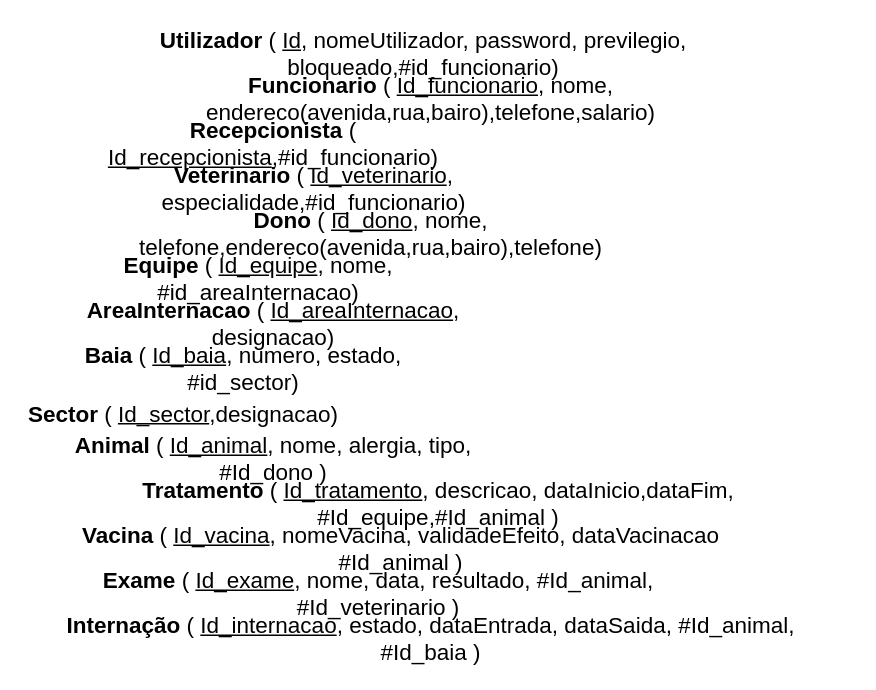
The draw.io diagram page "Mapeamento" (2 of 8) of modelagem_banco-de-dados/ClinicaVeterianaria.drawio in JeanJacquesNS/clinica-veterinaria, before the edit. Source tidied: cells renumbered, new cells numbered last; positions are measured from the earlier drawing's top-left corner, leaving out a move shared by most shapes. Both pictures are drawn from the tidied source at 150%, with x=0, y=0 at pixel (26, 30).
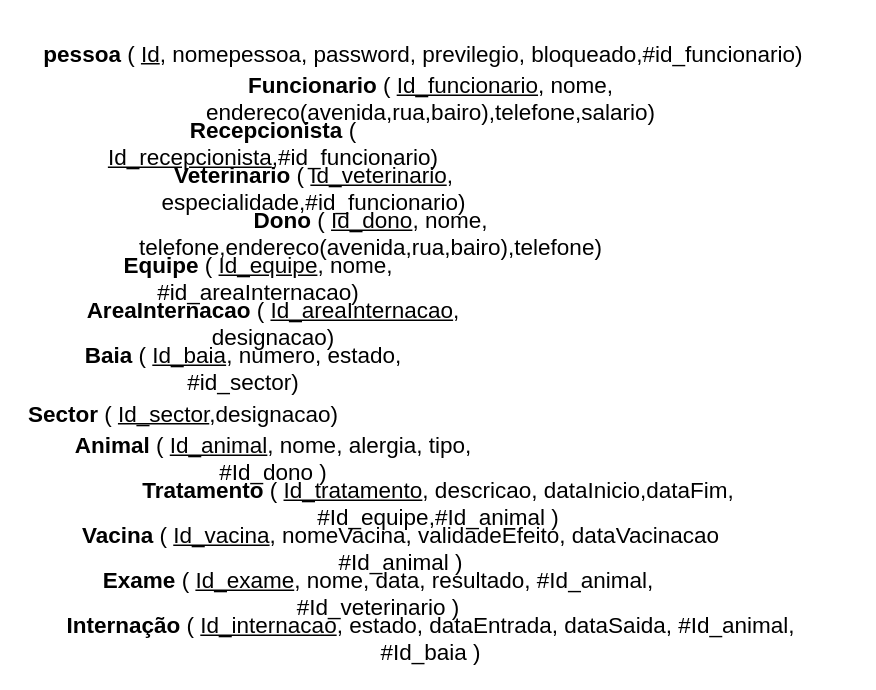
The same page after the edit.

Diff of the diagram source:
```diff
@@
 <mxGraphModel>
   <root>
     <mxCell id="0" />
     <mxCell id="1" parent="0" />
-    <mxCell id="2" value="&lt;b&gt;Utilizador&lt;/b&gt; ( &lt;u&gt;Id&lt;/u&gt;, nomeUtilizador, password, previlegio, bloqueado,#id_funcionario)" style="text;html=1;strokeColor=none;fillColor=none;align=center;verticalAlign=middle;whiteSpace=wrap;rounded=0;fontSize=15;" parent="1" vertex="1">
+    <mxCell id="2" value="&lt;b&gt;pessoa&lt;/b&gt; ( &lt;u&gt;Id&lt;/u&gt;, nomepessoa, password, previlegio, bloqueado,#id_funcionario)" style="text;html=1;strokeColor=none;fillColor=none;align=center;verticalAlign=middle;whiteSpace=wrap;rounded=0;fontSize=15;" parent="1" vertex="1">
       <mxGeometry width="530" height="30" as="geometry" />
     </mxCell>
     <mxCell id="3" value="&lt;b&gt;Funcionario&lt;/b&gt; ( &lt;u&gt;Id_funcionario&lt;/u&gt;, nome, endereco(avenida,rua,bairo),telefone,salario)" style="text;html=1;strokeColor=none;fillColor=none;align=center;verticalAlign=middle;whiteSpace=wrap;rounded=0;fontSize=15;" parent="1" vertex="1">
       <mxGeometry y="30" width="540" height="30" as="geometry" />
     </mxCell>
     <mxCell id="4" value="&lt;b&gt;Dono&lt;/b&gt; ( &lt;u&gt;Id_dono&lt;/u&gt;, nome, telefone,endereco(avenida,rua,bairo),telefone)" style="text;html=1;strokeColor=none;fillColor=none;align=center;verticalAlign=middle;whiteSpace=wrap;rounded=0;fontSize=15;" parent="1" vertex="1">
       <mxGeometry y="120" width="460" height="30" as="geometry" />
     </mxCell>
     <mxCell id="5" value="&lt;b&gt;Recepcionista&lt;/b&gt; ( &lt;u&gt;Id_recepcionista&lt;/u&gt;,#id_funcionario)" style="text;html=1;strokeColor=none;fillColor=none;align=center;verticalAlign=middle;whiteSpace=wrap;rounded=0;fontSize=15;" parent="1" vertex="1">
       <mxGeometry y="60" width="330" height="30" as="geometry" />
     </mxCell>
     <mxCell id="6" value="&lt;b&gt;Veterinario&lt;/b&gt; ( &lt;u&gt;Id_veterinario&lt;/u&gt;, especialidade,#id_funcionario)" style="text;html=1;strokeColor=none;fillColor=none;align=center;verticalAlign=middle;whiteSpace=wrap;rounded=0;fontSize=15;" parent="1" vertex="1">
       <mxGeometry y="90" width="384" height="30" as="geometry" />
     </mxCell>
     <mxCell id="7" value="&lt;b&gt;Equipe&lt;/b&gt; ( &lt;u&gt;Id_equipe&lt;/u&gt;, nome, #id_areaInternacao)" style="text;html=1;strokeColor=none;fillColor=none;align=center;verticalAlign=middle;whiteSpace=wrap;rounded=0;fontSize=15;" parent="1" vertex="1">
       <mxGeometry y="150" width="310" height="30" as="geometry" />
     </mxCell>
     <mxCell id="8" value="&lt;b&gt;AreaInternacao&lt;/b&gt; ( &lt;u&gt;Id_areaInternacao&lt;/u&gt;, designacao)" style="text;html=1;strokeColor=none;fillColor=none;align=center;verticalAlign=middle;whiteSpace=wrap;rounded=0;fontSize=15;" parent="1" vertex="1">
       <mxGeometry y="180" width="330" height="30" as="geometry" />
     </mxCell>
     <mxCell id="9" value="&lt;b&gt;Baia&lt;/b&gt; ( &lt;u&gt;Id_baia&lt;/u&gt;, numero, estado, #id_sector)" style="text;html=1;strokeColor=none;fillColor=none;align=center;verticalAlign=middle;whiteSpace=wrap;rounded=0;fontSize=15;" parent="1" vertex="1">
       <mxGeometry y="210" width="290" height="30" as="geometry" />
     </mxCell>
     <mxCell id="10" value="&lt;b&gt;Sector&lt;/b&gt; ( &lt;u&gt;Id_sector&lt;/u&gt;,designacao)" style="text;html=1;strokeColor=none;fillColor=none;align=center;verticalAlign=middle;whiteSpace=wrap;rounded=0;fontSize=15;" parent="1" vertex="1">
       <mxGeometry y="240" width="210" height="30" as="geometry" />
     </mxCell>
     <mxCell id="11" value="&lt;b&gt;Animal&lt;/b&gt; ( &lt;u&gt;Id_animal&lt;/u&gt;, nome, alergia, tipo, #Id_dono )" style="text;html=1;strokeColor=none;fillColor=none;align=center;verticalAlign=middle;whiteSpace=wrap;rounded=0;fontSize=15;" parent="1" vertex="1">
       <mxGeometry y="270" width="330" height="30" as="geometry" />
     </mxCell>
     <mxCell id="12" value="&lt;b&gt;Tratamento&lt;/b&gt; ( &lt;u&gt;Id_tratamento&lt;/u&gt;, descricao, dataInicio,dataFim, #Id_equipe,#Id_animal )" style="text;html=1;strokeColor=none;fillColor=none;align=center;verticalAlign=middle;whiteSpace=wrap;rounded=0;fontSize=15;" parent="1" vertex="1">
       <mxGeometry y="300" width="550" height="30" as="geometry" />
     </mxCell>
     <mxCell id="13" value="&lt;b&gt;Vacina&lt;/b&gt; ( &lt;u&gt;Id_vacina&lt;/u&gt;, nomeVacina, validadeEfeito, dataVacinacao #Id_animal )" style="text;html=1;strokeColor=none;fillColor=none;align=center;verticalAlign=middle;whiteSpace=wrap;rounded=0;fontSize=15;" parent="1" vertex="1">
       <mxGeometry y="330" width="500" height="30" as="geometry" />
     </mxCell>
     <mxCell id="14" value="&lt;b&gt;Exame&lt;/b&gt; ( &lt;u&gt;Id_exame&lt;/u&gt;, nome, data, resultado, #Id_animal, #Id_veterinario )" style="text;html=1;strokeColor=none;fillColor=none;align=center;verticalAlign=middle;whiteSpace=wrap;rounded=0;fontSize=15;" parent="1" vertex="1">
       <mxGeometry y="360" width="470" height="30" as="geometry" />
     </mxCell>
     <mxCell id="15" value="&lt;b&gt;Internação&lt;/b&gt; ( &lt;u&gt;Id_internacao&lt;/u&gt;, estado, dataEntrada, dataSaida, #Id_animal, #Id_baia )" style="text;html=1;strokeColor=none;fillColor=none;align=center;verticalAlign=middle;whiteSpace=wrap;rounded=0;fontSize=15;" parent="1" vertex="1">
       <mxGeometry y="390" width="540" height="30" as="geometry" />
     </mxCell>
   </root>
 </mxGraphModel>
```
